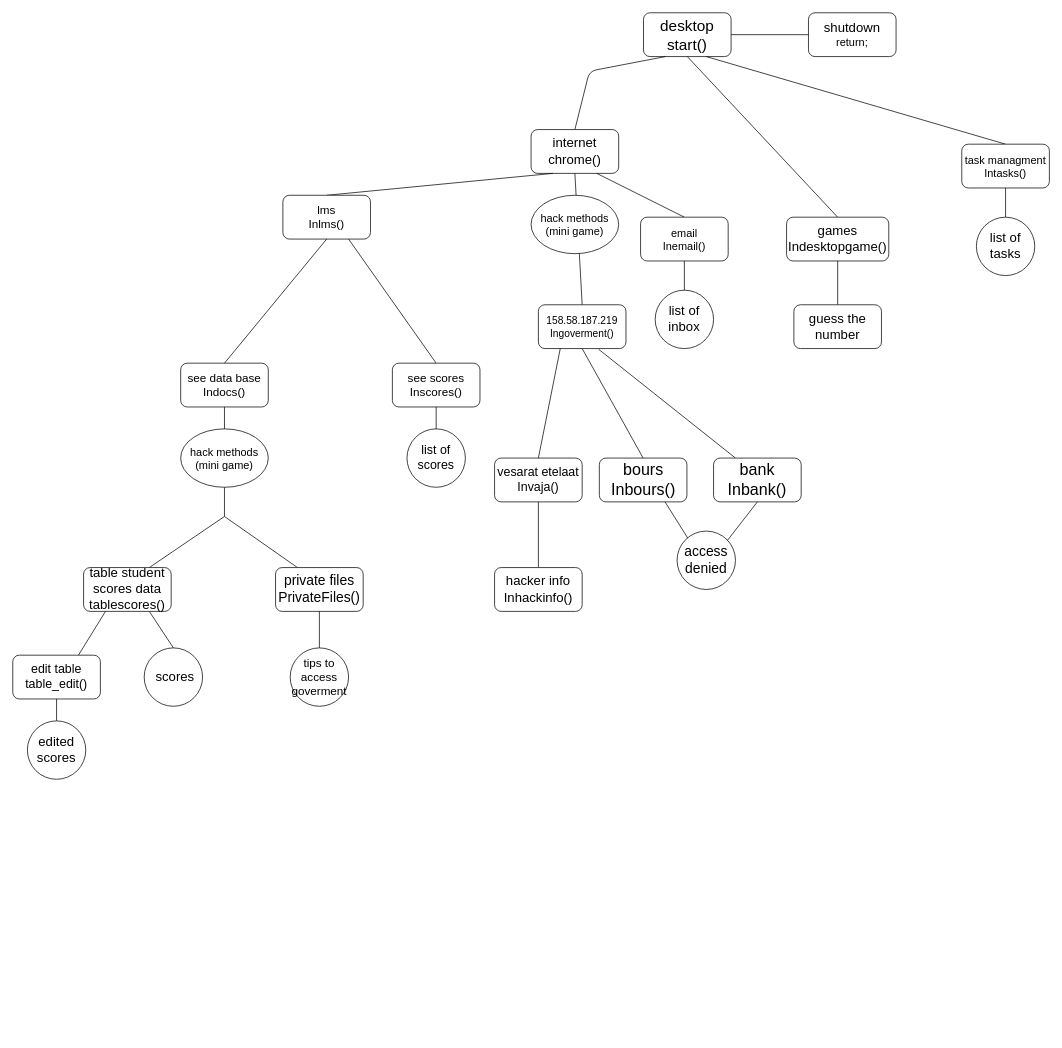
Before: secondstage/chart.drawio in baktash81/ngp, a draw.io diagram. Source tidied: cells renumbered, new cells numbered last; positions are measured from the earlier drawing's top-left corner, leaving out a move shared by most shapes. Both pictures are drawn from the tidied source at 73%, with x=0, y=0 at pixel (12, 12).
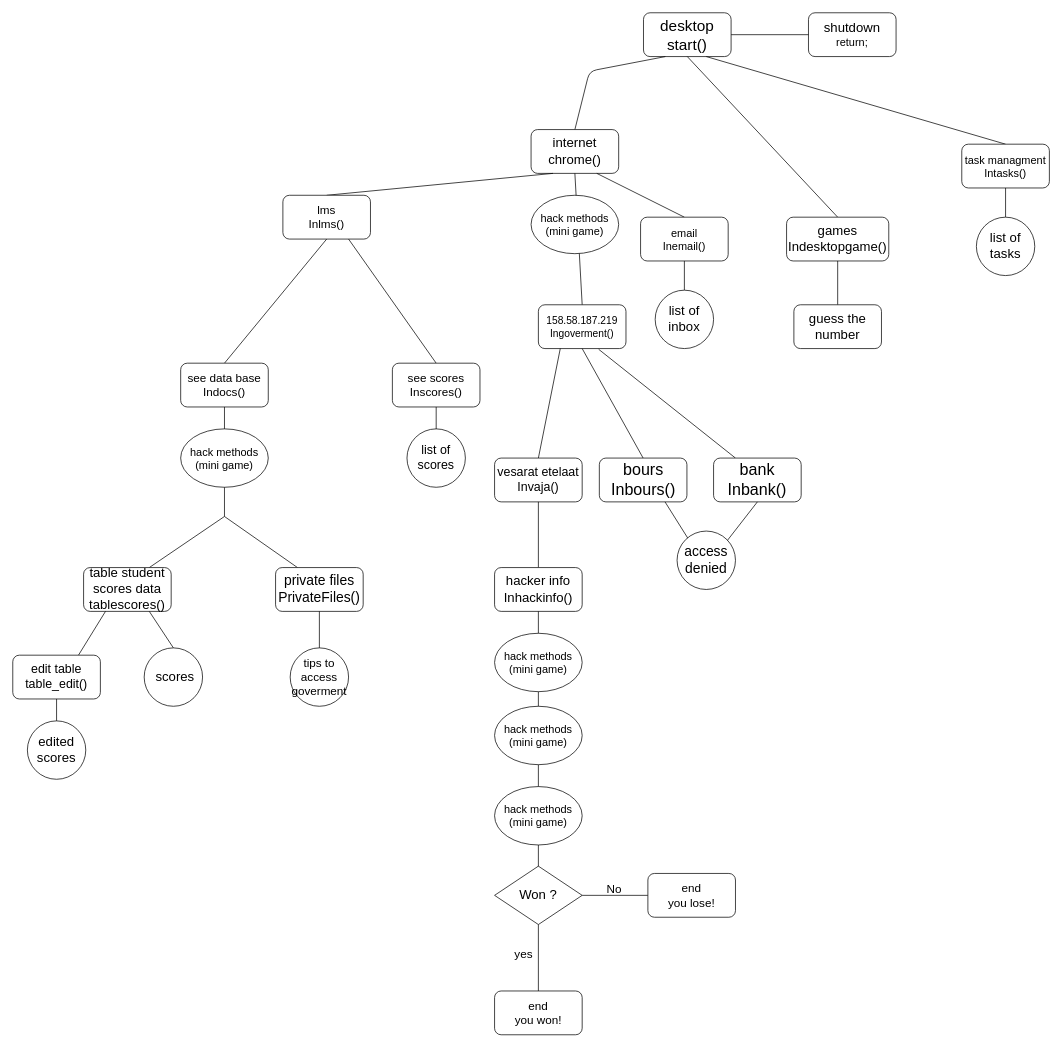
After the change.

The change refers to these unchanged cells:
```xml
<mxCell id="55" value="&lt;font style=&quot;font-size: 18px&quot;&gt;hacker info&lt;br&gt;Inhackinfo()&lt;/font&gt;" style="rounded=1;whiteSpace=wrap;html=1;" parent="1" vertex="1">
  <mxGeometry x="660" y="760" width="120" height="60" as="geometry" />
</mxCell>
```

The edit, as a diff of the source:
```diff
@@
+    <mxCell id="56" style="endArrow=none;html=1;entryX=0.5;entryY=1;entryDx=0;entryDy=0;" parent="1" edge="1" target="55">
+      <mxGeometry relative="1" as="geometry">
+        <mxPoint x="720" y="1200" as="sourcePoint" />
+      </mxGeometry>
+    </mxCell>
+    <mxCell id="57" value="&lt;font style=&quot;font-size: 15px&quot;&gt;hack methods&lt;br&gt;(mini game)&lt;/font&gt;" style="ellipse;whiteSpace=wrap;html=1;" parent="1" vertex="1">
+      <mxGeometry x="660" y="850" width="120" height="80" as="geometry" />
+    </mxCell>
+    <mxCell id="58" value="&lt;font style=&quot;font-size: 15px&quot;&gt;hack methods&lt;br&gt;(mini game)&lt;/font&gt;" style="ellipse;whiteSpace=wrap;html=1;" parent="1" vertex="1">
+      <mxGeometry x="660" y="950" width="120" height="80" as="geometry" />
+    </mxCell>
+    <mxCell id="59" value="&lt;font style=&quot;font-size: 15px&quot;&gt;hack methods&lt;br&gt;(mini game)&lt;/font&gt;" style="ellipse;whiteSpace=wrap;html=1;" parent="1" vertex="1">
+      <mxGeometry x="660" y="1060" width="120" height="80" as="geometry" />
+    </mxCell>
+    <mxCell id="60" value="&lt;font style=&quot;font-size: 18px&quot;&gt;Won ?&lt;/font&gt;" style="rhombus;whiteSpace=wrap;html=1;" parent="1" vertex="1">
+      <mxGeometry x="660" y="1169" width="120" height="80" as="geometry" />
+    </mxCell>
+    <mxCell id="61" style="endArrow=none;html=1;entryX=0.5;entryY=1;entryDx=0;entryDy=0;" parent="1" edge="1" target="60">
+      <mxGeometry relative="1" as="geometry">
+        <mxPoint x="720" y="1340" as="sourcePoint" />
+      </mxGeometry>
+    </mxCell>
+    <mxCell id="62" style="endArrow=none;html=1;exitX=1;exitY=0.5;exitDx=0;exitDy=0;" parent="1" edge="1" source="60">
+      <mxGeometry relative="1" as="geometry">
+        <mxPoint x="870" y="1209" as="targetPoint" />
+      </mxGeometry>
+    </mxCell>
+    <mxCell id="63" value="&lt;font style=&quot;font-size: 16px&quot;&gt;yes&lt;/font&gt;" style="text;html=1;strokeColor=none;fillColor=none;align=center;verticalAlign=middle;whiteSpace=wrap;rounded=0;" parent="1" vertex="1">
+      <mxGeometry x="680" y="1280" width="40" height="20" as="geometry" />
+    </mxCell>
+    <mxCell id="64" value="&lt;font style=&quot;font-size: 16px&quot;&gt;No&lt;br&gt;&lt;/font&gt;" style="text;html=1;strokeColor=none;fillColor=none;align=center;verticalAlign=middle;whiteSpace=wrap;rounded=0;" parent="1" vertex="1">
+      <mxGeometry x="803.5" y="1190" width="40" height="20" as="geometry" />
+    </mxCell>
+    <mxCell id="65" value="&lt;font style=&quot;font-size: 16px&quot;&gt;end&lt;br&gt;you won!&lt;/font&gt;" style="rounded=1;whiteSpace=wrap;html=1;" parent="1" vertex="1">
+      <mxGeometry x="660" y="1340" width="120" height="60" as="geometry" />
+    </mxCell>
+    <mxCell id="66" value="&lt;font style=&quot;font-size: 16px&quot;&gt;end&lt;br&gt;you lose!&lt;/font&gt;" style="rounded=1;whiteSpace=wrap;html=1;" parent="1" vertex="1">
+      <mxGeometry x="870" y="1179" width="120" height="60" as="geometry" />
+    </mxCell>
```
